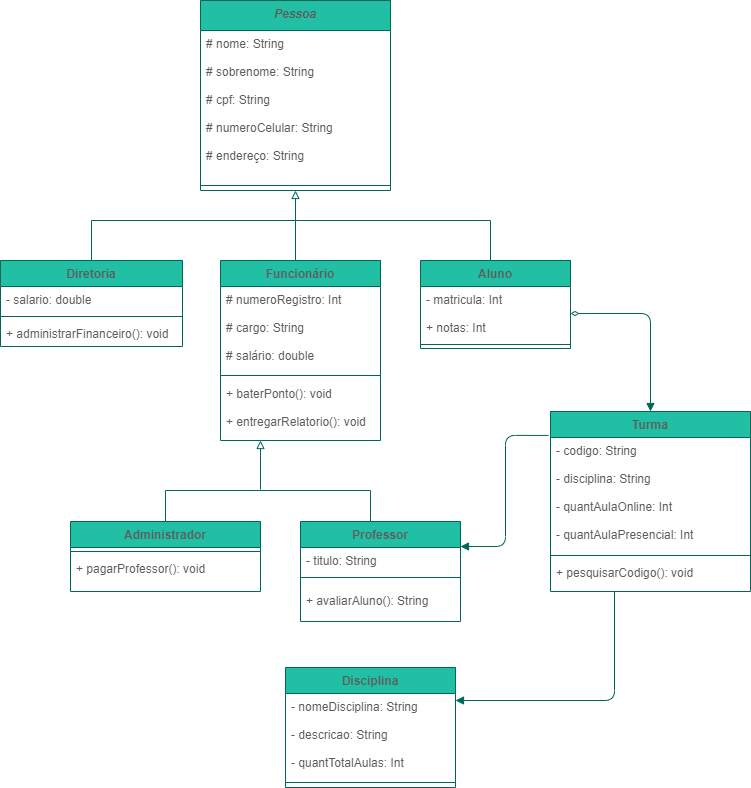
This is checkpoint2.POO.drawio.png from kari-osk/checkpoint2-poo, a draw.io export, as it was before one commit. Source tidied: cells renumbered, new cells last; positions are measured from the earlier drawing's top-left corner, leaving out a move shared by most shapes.
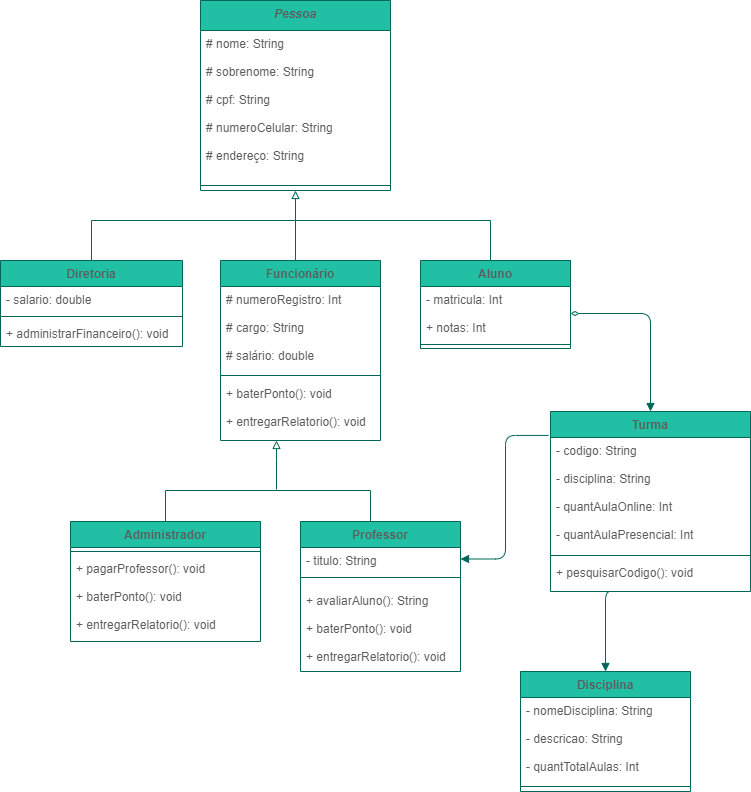
The same diagram one commit later.

Change to the diagram source:
```diff
@@ -24,16 +24,16 @@
       <mxGeometry y="60" width="182" height="26" as="geometry" />
     </mxCell>
     <mxCell id="9" value="Administrador" style="swimlane;fontStyle=1;align=center;verticalAlign=top;horizontal=1;startSize=26;fillColor=#21C0A5;strokeColor=#006658;fontColor=#5C5C5C;" parent="1" vertex="1">
-      <mxGeometry x="70" y="521" width="190" height="70" as="geometry" />
+      <mxGeometry x="70" y="521" width="190" height="120" as="geometry" />
     </mxCell>
     <mxCell id="10" style="line;strokeWidth=1;fillColor=none;align=left;verticalAlign=middle;spacingTop=-1;spacingLeft=3;spacingRight=3;labelPosition=right;strokeColor=#006658;fontColor=#5C5C5C;" parent="9" vertex="1">
       <mxGeometry y="26" width="190" height="8" as="geometry" />
     </mxCell>
-    <mxCell id="11" value="+ pagarProfessor(): void" style="text;strokeColor=none;fillColor=none;align=left;verticalAlign=top;spacingLeft=4;spacingRight=4;overflow=hidden;fontColor=#5C5C5C;" parent="9" vertex="1">
-      <mxGeometry y="34" width="190" height="36" as="geometry" />
+    <mxCell id="11" value="+ pagarProfessor(): void&#10;&#10;+ baterPonto(): void&#10;&#10;+ entregarRelatorio(): void" style="text;strokeColor=none;fillColor=none;align=left;verticalAlign=top;spacingLeft=4;spacingRight=4;overflow=hidden;fontColor=#5C5C5C;" parent="9" vertex="1">
+      <mxGeometry y="34" width="190" height="86" as="geometry" />
     </mxCell>
     <mxCell id="12" value="Professor" style="swimlane;fontStyle=1;align=center;verticalAlign=top;horizontal=1;startSize=26;fillColor=#21C0A5;strokeColor=#006658;fontColor=#5C5C5C;" parent="1" vertex="1">
-      <mxGeometry x="300" y="521" width="160" height="100" as="geometry" />
+      <mxGeometry x="300" y="521" width="160" height="150" as="geometry" />
     </mxCell>
     <mxCell id="13" value="- titulo: String" style="text;strokeColor=none;fillColor=none;align=left;verticalAlign=top;spacingLeft=4;spacingRight=4;overflow=hidden;fontColor=#5C5C5C;" parent="12" vertex="1">
       <mxGeometry y="26" width="160" height="20" as="geometry" />
@@ -41,8 +41,8 @@
     <mxCell id="14" style="line;strokeWidth=1;fillColor=none;align=left;verticalAlign=middle;spacingTop=-1;spacingLeft=3;spacingRight=3;labelPosition=right;strokeColor=#006658;fontColor=#5C5C5C;" parent="12" vertex="1">
       <mxGeometry y="46" width="160" height="20" as="geometry" />
     </mxCell>
-    <mxCell id="15" value="+ avaliarAluno(): String" style="text;strokeColor=none;fillColor=none;align=left;verticalAlign=top;spacingLeft=4;spacingRight=4;overflow=hidden;fontColor=#5C5C5C;" parent="12" vertex="1">
-      <mxGeometry y="66" width="160" height="34" as="geometry" />
+    <mxCell id="15" value="+ avaliarAluno(): String&#10;&#10;+ baterPonto(): void&#10;&#10;+ entregarRelatorio(): void" style="text;strokeColor=none;fillColor=none;align=left;verticalAlign=top;spacingLeft=4;spacingRight=4;overflow=hidden;fontColor=#5C5C5C;" parent="12" vertex="1">
+      <mxGeometry y="66" width="160" height="84" as="geometry" />
     </mxCell>
     <mxCell id="16" value="Aluno" style="swimlane;fontStyle=1;align=center;verticalAlign=top;horizontal=1;startSize=26;fillColor=#21C0A5;strokeColor=#006658;fontColor=#5C5C5C;" parent="1" vertex="1">
       <mxGeometry x="420" y="260" width="150" height="88" as="geometry" />
@@ -101,9 +101,14 @@
         </Array>
       </mxGeometry>
     </mxCell>
-    <mxCell id="30" style="endArrow=block;html=1;edgeStyle=orthogonalEdgeStyle;rounded=0;strokeColor=#006658;fontColor=#5C5C5C;startArrow=none;startFill=0;endFill=0;entryX=0.25;entryY=1;entryDx=0;entryDy=0;entryPerimeter=0;" parent="1" edge="1" target="28">
+    <mxCell id="30" style="endArrow=block;html=1;edgeStyle=orthogonalEdgeStyle;rounded=0;strokeColor=#006658;fontColor=#5C5C5C;startArrow=none;startFill=0;endFill=0;entryX=0.25;entryY=1;entryDx=0;entryDy=0;entryPerimeter=0;" parent="1" edge="1">
       <mxGeometry relative="1" as="geometry">
-        <mxPoint x="260" y="489" as="sourcePoint" />
+        <mxPoint x="276" y="489" as="sourcePoint" />
+        <mxPoint x="276" y="440" as="targetPoint" />
+        <Array as="points">
+          <mxPoint x="276" y="460" />
+          <mxPoint x="276" y="460" />
+        </Array>
       </mxGeometry>
     </mxCell>
     <mxCell id="31" style="edgeStyle=orthogonalEdgeStyle;curved=0;rounded=1;sketch=0;jettySize=auto;html=1;exitX=1;exitY=0.5;exitDx=0;exitDy=0;entryX=0.5;entryY=0;entryDx=0;entryDy=0;fontColor=#5C5C5C;startArrow=diamondThin;startFill=0;endArrow=block;endFill=1;strokeColor=#006658;fillColor=#21C0A5;" parent="1" edge="1" source="17" target="21">
@@ -113,7 +118,7 @@
       <mxGeometry relative="1" as="geometry" />
     </mxCell>
     <mxCell id="33" value="Disciplina" style="swimlane;fontStyle=1;align=center;verticalAlign=top;horizontal=1;startSize=26;fillColor=#21C0A5;strokeColor=#006658;fontColor=#5C5C5C;" parent="1" vertex="1">
-      <mxGeometry x="285" y="667" width="170" height="120" as="geometry" />
+      <mxGeometry x="520" y="671" width="170" height="120" as="geometry" />
     </mxCell>
     <mxCell id="34" value="- nomeDisciplina: String&#10;&#10;- descricao: String&#10;&#10;- quantTotalAulas: Int" style="text;strokeColor=none;fillColor=none;align=left;verticalAlign=top;spacingLeft=4;spacingRight=4;overflow=hidden;points=[[0,0.5],[1,0.5]];portConstraint=eastwest;fontColor=#5C5C5C;" parent="33" vertex="1">
       <mxGeometry y="26" width="170" height="84" as="geometry" />
@@ -121,10 +126,10 @@
     <mxCell id="35" style="line;strokeWidth=1;fillColor=none;align=left;verticalAlign=middle;spacingTop=-1;spacingLeft=3;spacingRight=3;labelPosition=right;strokeColor=#006658;fontColor=#5C5C5C;" parent="33" vertex="1">
       <mxGeometry y="110" width="170" height="10" as="geometry" />
     </mxCell>
-    <mxCell id="36" style="edgeStyle=orthogonalEdgeStyle;curved=0;rounded=1;sketch=0;jettySize=auto;html=1;fontColor=#5C5C5C;startArrow=block;startFill=1;endArrow=none;endFill=0;strokeColor=#006658;fillColor=#21C0A5;entryX=0.32;entryY=1;entryDx=0;entryDy=0;entryPerimeter=0;" parent="1" edge="1" source="34" target="24">
+    <mxCell id="36" style="edgeStyle=orthogonalEdgeStyle;curved=0;rounded=1;sketch=0;jettySize=auto;html=1;fontColor=#5C5C5C;startArrow=block;startFill=1;endArrow=none;endFill=0;strokeColor=#006658;fillColor=#21C0A5;entryX=0.32;entryY=1;entryDx=0;entryDy=0;entryPerimeter=0;" parent="1" edge="1" source="33" target="24">
       <mxGeometry relative="1" as="geometry">
         <Array as="points">
-          <mxPoint x="614" y="700" />
+          <mxPoint x="605" y="591" />
         </Array>
       </mxGeometry>
     </mxCell>
```
